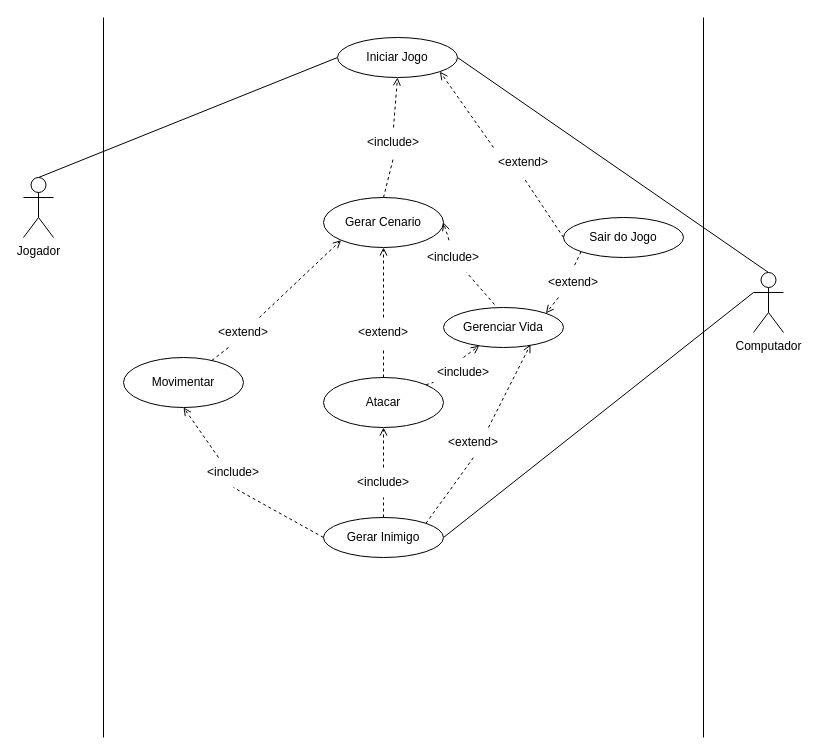
This is Diagrama sem nome.drawio from yuritelis/atvmusicalp, a draw.io file, before an edit. Source tidied: cells renumbered, new cells numbered last; positions are measured from the earlier drawing's top-left corner, leaving out a move shared by most shapes. Both pictures are drawn from the tidied source at 100%, with x=0, y=0 at pixel (23, 17).
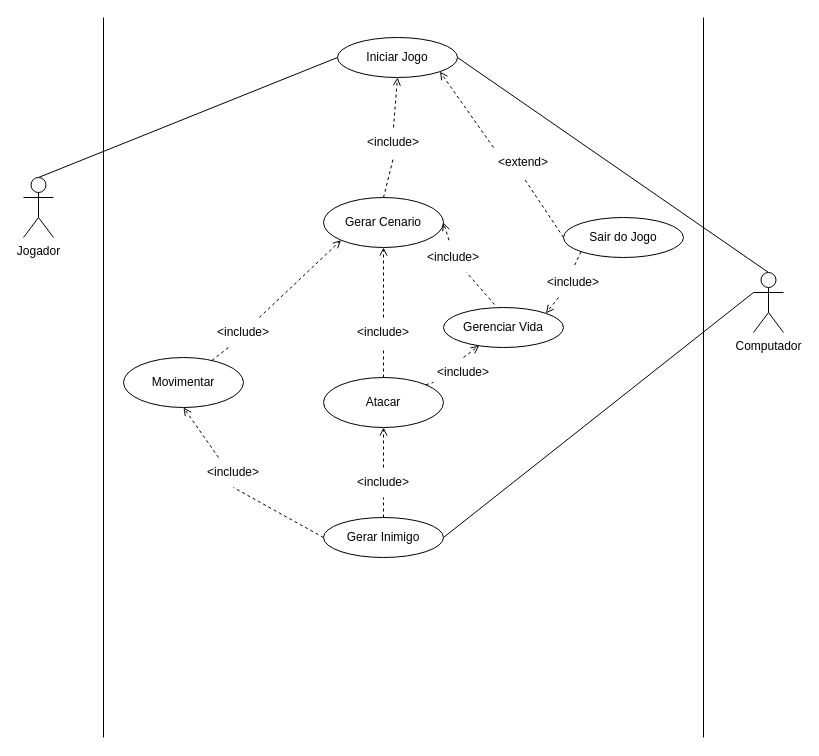
The same page after the edit.

The change refers to these unchanged cells:
```xml
<mxCell id="15" value="Gerenciar Vida" style="ellipse;whiteSpace=wrap;html=1;" parent="1" vertex="1">
  <mxGeometry x="420" y="290" width="120" height="40" as="geometry" />
</mxCell>
<mxCell id="22" value="Gerar Inimigo" style="ellipse;whiteSpace=wrap;html=1;" parent="1" vertex="1">
  <mxGeometry x="300" y="500" width="120" height="40" as="geometry" />
</mxCell>
```

Change to the diagram source:
```diff
@@
-    <mxCell id="21" style="rounded=0;jettySize=auto;html=1;exitX=0.75;exitY=0;exitDx=0;exitDy=0;entryX=0.725;entryY=0.925;entryDx=0;entryDy=0;entryPerimeter=0;dashed=1;endArrow=open;endFill=0;" parent="1" edge="1" source="45" target="15">
-      <mxGeometry relative="1" as="geometry" />
-    </mxCell>
@@
-    <mxCell id="31" value="&amp;lt;extend&amp;gt;" style="text;html=1;strokeColor=none;fillColor=none;align=center;verticalAlign=middle;whiteSpace=wrap;rounded=0;rotation=0;" parent="1" vertex="1">
+    <mxCell id="31" value="&amp;lt;include&amp;gt;" style="text;html=1;strokeColor=none;fillColor=none;align=center;verticalAlign=middle;whiteSpace=wrap;rounded=0;rotation=0;" parent="1" vertex="1">
       <mxGeometry x="330" y="300" width="60" height="30" as="geometry" />
     </mxCell>
@@
-    <mxCell id="35" value="&amp;lt;extend&amp;gt;" style="text;html=1;strokeColor=none;fillColor=none;align=center;verticalAlign=middle;whiteSpace=wrap;rounded=0;rotation=0;" parent="1" vertex="1">
+    <mxCell id="35" value="&amp;lt;include&amp;gt;" style="text;html=1;strokeColor=none;fillColor=none;align=center;verticalAlign=middle;whiteSpace=wrap;rounded=0;rotation=0;" parent="1" vertex="1">
       <mxGeometry x="190" y="300" width="60" height="30" as="geometry" />
     </mxCell>
@@
-    <mxCell id="43" value="&amp;lt;extend&amp;gt;" style="text;html=1;strokeColor=none;fillColor=none;align=center;verticalAlign=middle;whiteSpace=wrap;rounded=0;" parent="1" vertex="1">
+    <mxCell id="43" value="&amp;lt;include&amp;gt;" style="text;html=1;strokeColor=none;fillColor=none;align=center;verticalAlign=middle;whiteSpace=wrap;rounded=0;" parent="1" vertex="1">
       <mxGeometry x="520" y="250" width="60" height="30" as="geometry" />
     </mxCell>
-    <mxCell id="44" style="rounded=0;jettySize=auto;html=1;exitX=1;exitY=0;exitDx=0;exitDy=0;entryX=0.5;entryY=1;entryDx=0;entryDy=0;dashed=1;endArrow=none;endFill=0;" parent="1" edge="1" source="22" target="45">
-      <mxGeometry relative="1" as="geometry" />
-    </mxCell>
-    <mxCell id="45" value="&amp;lt;extend&amp;gt;" style="text;html=1;strokeColor=none;fillColor=none;align=center;verticalAlign=middle;whiteSpace=wrap;rounded=0;" parent="1" vertex="1">
-      <mxGeometry x="420" y="410" width="60" height="30" as="geometry" />
-    </mxCell>
```
